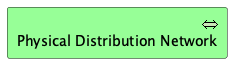
SixArm/archimate-examples keeps this PlantUML diagram as doc/elements/physical-distribution-network.plantuml.png. Above is the earlier version.
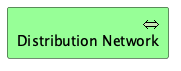
Later version of the same file.

Change to the diagram source:
```diff
@@ -1,4 +1,4 @@
 @startuml
 !include <archimate/Archimate>
-Physical_DistributionNetwork(PDN_01, "Physical Distribution Network")
+Physical_DistributionNetwork(DistributionNetwork, "Distribution Network")
 @enduml
```
